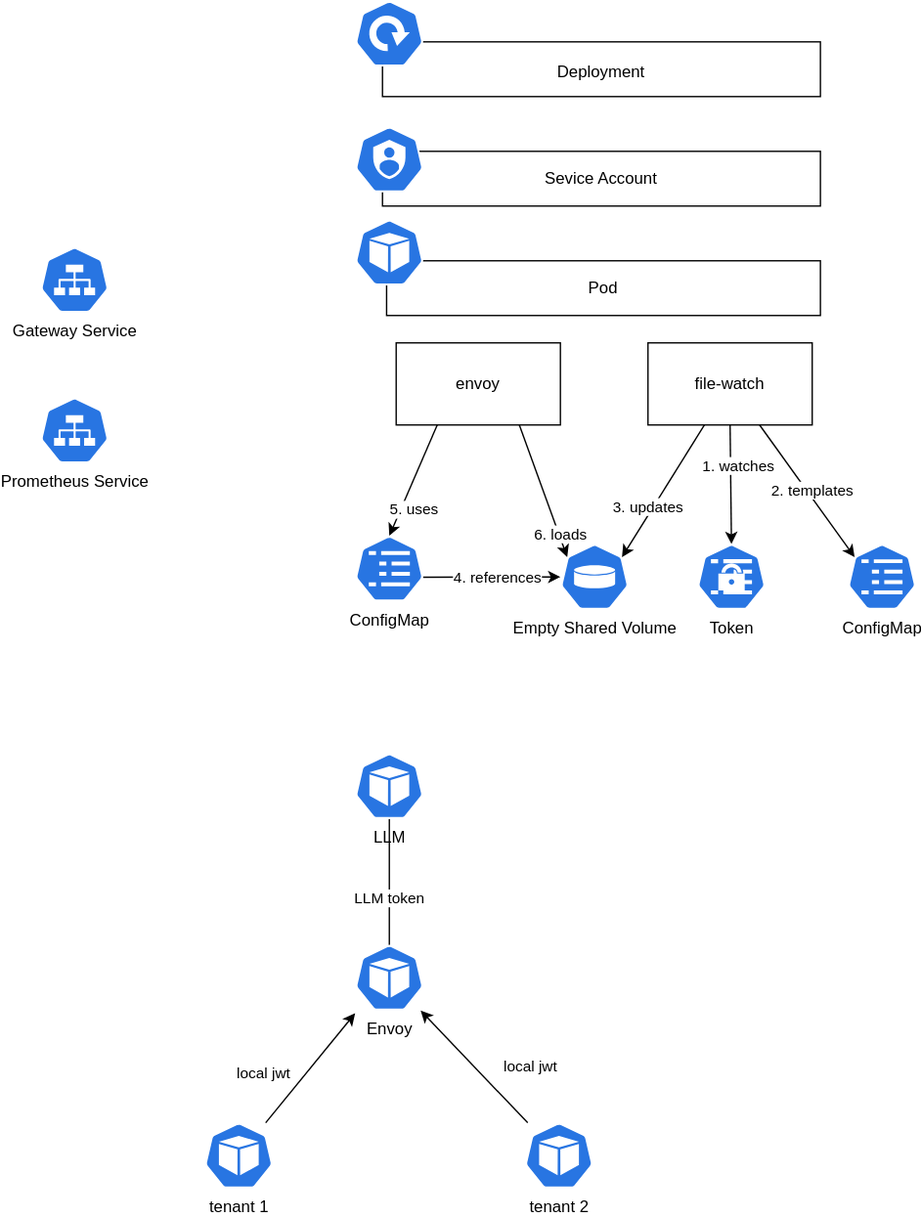
jrhoward/examples keeps this draw.io diagram as golang-http/envoy-pod-xds.drawio.svg. Above is the earlier version. Source tidied: cells renumbered, new cells last; positions are measured from the earlier drawing's top-left corner, leaving out a move shared by most shapes.
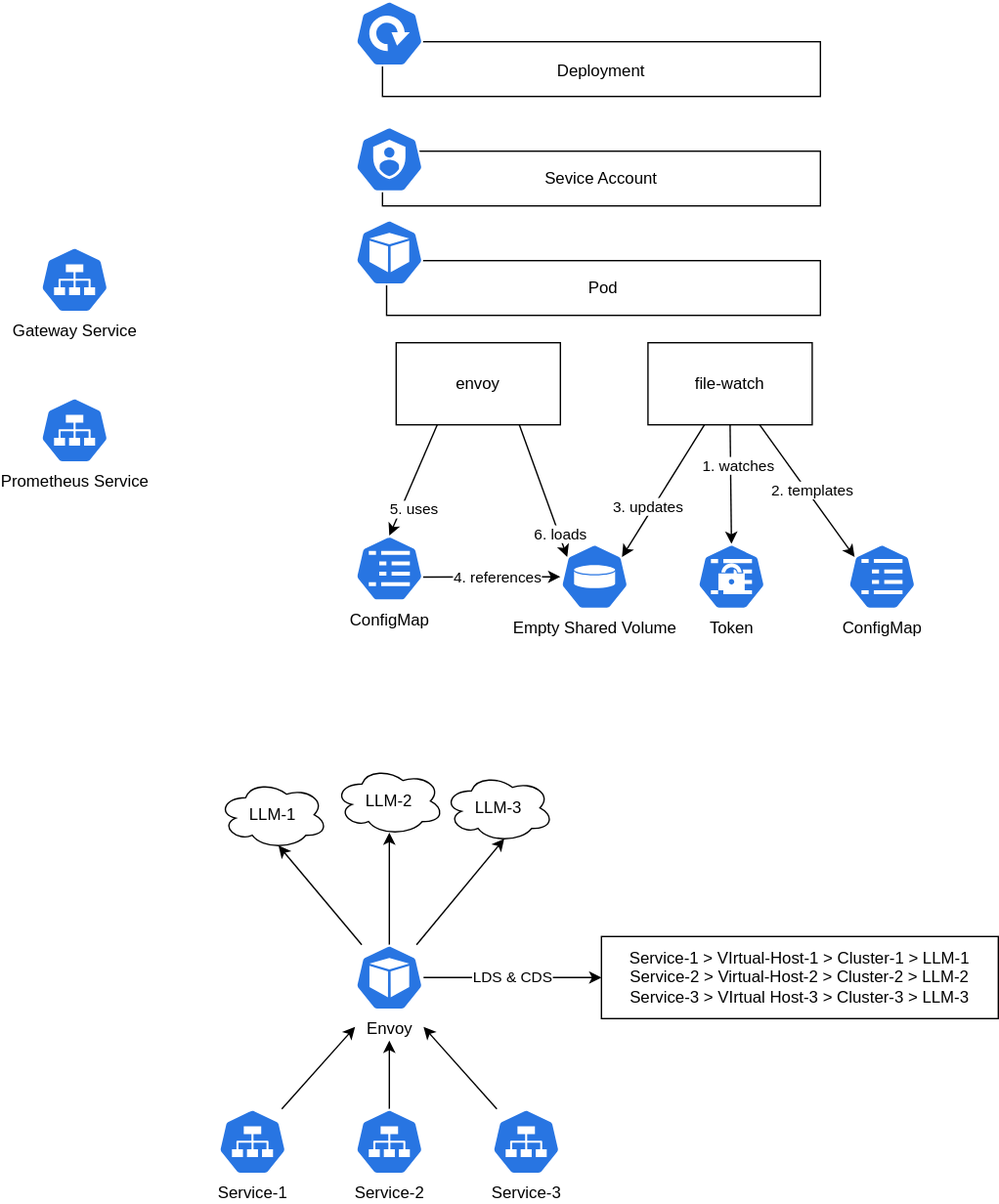
Above is the later version.

The edit, as a diff of the source:
```diff
@@ -75,41 +75,58 @@
     <mxCell id="24" value="Empty Shared Volume" style="sketch=0;html=1;dashed=0;whitespace=wrap;fillColor=#2875E2;strokeColor=#ffffff;points=[[0.005,0.63,0],[0.1,0.2,0],[0.9,0.2,0],[0.5,0,0],[0.995,0.63,0],[0.72,0.99,0],[0.5,1,0],[0.28,0.99,0]];verticalLabelPosition=bottom;align=center;verticalAlign=top;shape=mxgraph.kubernetes.icon;prIcon=vol;rounded=0;" parent="1" vertex="1">
       <mxGeometry x="380" y="397" width="50" height="48" as="geometry" />
     </mxCell>
-    <mxCell id="25" style="edgeStyle=none;html=1;endArrow=none;endFill=0;" parent="1" edge="1" source="27" target="28">
+    <mxCell id="25" style="edgeStyle=none;html=1;endArrow=classic;endFill=1;startArrow=none;startFill=0;entryX=0.55;entryY=0.95;entryDx=0;entryDy=0;entryPerimeter=0;" parent="1" edge="1" source="27" target="46">
       <mxGeometry relative="1" as="geometry" />
     </mxCell>
-    <mxCell id="26" value="LLM token" style="edgeLabel;html=1;align=center;verticalAlign=middle;" parent="25" vertex="1">
-      <mxGeometry x="-0.24" y="1" relative="1" as="geometry" />
-    </mxCell>
+    <mxCell id="35" style="edgeStyle=none;html=1;" parent="1" edge="1" source="27">
+      <mxGeometry relative="1" as="geometry">
+        <mxPoint x="255" y="608" as="targetPoint" />
+      </mxGeometry>
+    </mxCell>
+    <mxCell id="36" style="edgeStyle=none;html=1;entryX=0.55;entryY=0.95;entryDx=0;entryDy=0;entryPerimeter=0;" parent="1" edge="1" source="27" target="47">
+      <mxGeometry relative="1" as="geometry" />
+    </mxCell>
+    <mxCell id="37" value="LDS &amp;amp; CDS" style="edgeStyle=none;html=1;entryX=0;entryY=0.5;entryDx=0;entryDy=0;startArrow=none;startFill=0;endArrow=classic;endFill=1;" parent="1" edge="1" source="27" target="44">
+      <mxGeometry relative="1" as="geometry" />
+    </mxCell>
     <mxCell id="27" value="Envoy" style="sketch=0;html=1;dashed=0;whitespace=wrap;fillColor=#2875E2;strokeColor=#ffffff;points=[[0.005,0.63,0],[0.1,0.2,0],[0.9,0.2,0],[0.5,0,0],[0.995,0.63,0],[0.72,0.99,0],[0.5,1,0],[0.28,0.99,0]];verticalLabelPosition=bottom;align=center;verticalAlign=top;shape=mxgraph.kubernetes.icon;prIcon=pod;" parent="1" vertex="1">
       <mxGeometry x="230" y="690" width="50" height="48" as="geometry" />
     </mxCell>
-    <mxCell id="28" value="LLM" style="sketch=0;html=1;dashed=0;whitespace=wrap;fillColor=#2875E2;strokeColor=#ffffff;points=[[0.005,0.63,0],[0.1,0.2,0],[0.9,0.2,0],[0.5,0,0],[0.995,0.63,0],[0.72,0.99,0],[0.5,1,0],[0.28,0.99,0]];verticalLabelPosition=bottom;align=center;verticalAlign=top;shape=mxgraph.kubernetes.icon;prIcon=pod;" parent="1" vertex="1">
-      <mxGeometry x="230" y="550" width="50" height="48" as="geometry" />
-    </mxCell>
-    <mxCell id="29" style="edgeStyle=none;html=1;" parent="1" edge="1" source="31" target="27">
-      <mxGeometry relative="1" as="geometry" />
-    </mxCell>
-    <mxCell id="30" value="local jwt" style="edgeLabel;html=1;align=center;verticalAlign=middle;" parent="29" vertex="1">
-      <mxGeometry x="-0.26" y="-1" relative="1" as="geometry">
-        <mxPoint x="30" y="-10" as="offset" />
-      </mxGeometry>
-    </mxCell>
-    <mxCell id="31" value="tenant 2" style="sketch=0;html=1;dashed=0;whitespace=wrap;fillColor=#2875E2;strokeColor=#ffffff;points=[[0.005,0.63,0],[0.1,0.2,0],[0.9,0.2,0],[0.5,0,0],[0.995,0.63,0],[0.72,0.99,0],[0.5,1,0],[0.28,0.99,0]];verticalLabelPosition=bottom;align=center;verticalAlign=top;shape=mxgraph.kubernetes.icon;prIcon=pod;" parent="1" vertex="1">
-      <mxGeometry x="354" y="820" width="50" height="48" as="geometry" />
-    </mxCell>
-    <mxCell id="32" style="edgeStyle=none;html=1;" parent="1" edge="1" source="34">
-      <mxGeometry relative="1" as="geometry">
-        <mxPoint x="230" y="740" as="targetPoint" />
-      </mxGeometry>
-    </mxCell>
-    <mxCell id="33" value="local jwt" style="edgeLabel;html=1;align=center;verticalAlign=middle;" parent="32" vertex="1">
-      <mxGeometry x="-0.1" relative="1" as="geometry">
-        <mxPoint x="-32" as="offset" />
-      </mxGeometry>
-    </mxCell>
-    <mxCell id="34" value="tenant 1" style="sketch=0;html=1;dashed=0;whitespace=wrap;fillColor=#2875E2;strokeColor=#ffffff;points=[[0.005,0.63,0],[0.1,0.2,0],[0.9,0.2,0],[0.5,0,0],[0.995,0.63,0],[0.72,0.99,0],[0.5,1,0],[0.28,0.99,0]];verticalLabelPosition=bottom;align=center;verticalAlign=top;shape=mxgraph.kubernetes.icon;prIcon=pod;" parent="1" vertex="1">
-      <mxGeometry x="120" y="820" width="50" height="48" as="geometry" />
-    </mxCell>
+    <mxCell id="38" style="edgeStyle=none;html=1;" parent="1" edge="1" source="39">
+      <mxGeometry relative="1" as="geometry">
+        <mxPoint x="230" y="750" as="targetPoint" />
+      </mxGeometry>
+    </mxCell>
+    <mxCell id="39" value="Service-1" style="sketch=0;html=1;dashed=0;whitespace=wrap;fillColor=#2875E2;strokeColor=#ffffff;points=[[0.005,0.63,0],[0.1,0.2,0],[0.9,0.2,0],[0.5,0,0],[0.995,0.63,0],[0.72,0.99,0],[0.5,1,0],[0.28,0.99,0]];verticalLabelPosition=bottom;align=center;verticalAlign=top;shape=mxgraph.kubernetes.icon;prIcon=svc;" parent="1" vertex="1">
+      <mxGeometry x="130" y="810" width="50" height="48" as="geometry" />
+    </mxCell>
+    <mxCell id="40" style="edgeStyle=none;html=1;" parent="1" edge="1" source="41">
+      <mxGeometry relative="1" as="geometry">
+        <mxPoint x="255" y="760" as="targetPoint" />
+      </mxGeometry>
+    </mxCell>
+    <mxCell id="41" value="Service-2" style="sketch=0;html=1;dashed=0;whitespace=wrap;fillColor=#2875E2;strokeColor=#ffffff;points=[[0.005,0.63,0],[0.1,0.2,0],[0.9,0.2,0],[0.5,0,0],[0.995,0.63,0],[0.72,0.99,0],[0.5,1,0],[0.28,0.99,0]];verticalLabelPosition=bottom;align=center;verticalAlign=top;shape=mxgraph.kubernetes.icon;prIcon=svc;" parent="1" vertex="1">
+      <mxGeometry x="230" y="810" width="50" height="48" as="geometry" />
+    </mxCell>
+    <mxCell id="42" style="edgeStyle=none;html=1;" parent="1" edge="1" source="43">
+      <mxGeometry relative="1" as="geometry">
+        <mxPoint x="280" y="750" as="targetPoint" />
+      </mxGeometry>
+    </mxCell>
+    <mxCell id="43" value="Service-3" style="sketch=0;html=1;dashed=0;whitespace=wrap;fillColor=#2875E2;strokeColor=#ffffff;points=[[0.005,0.63,0],[0.1,0.2,0],[0.9,0.2,0],[0.5,0,0],[0.995,0.63,0],[0.72,0.99,0],[0.5,1,0],[0.28,0.99,0]];verticalLabelPosition=bottom;align=center;verticalAlign=top;shape=mxgraph.kubernetes.icon;prIcon=svc;" parent="1" vertex="1">
+      <mxGeometry x="330" y="810" width="50" height="48" as="geometry" />
+    </mxCell>
+    <mxCell id="44" value="Service-1 &amp;gt; VIrtual-Host-1 &amp;gt; Cluster-1 &amp;gt; LLM-1&lt;br&gt;Service-2 &amp;gt; Virtual-Host-2 &amp;gt; Cluster-2 &amp;gt; LLM-2&lt;br&gt;Service-3 &amp;gt; VIrtual Host-3 &amp;gt; Cluster-3 &amp;gt; LLM-3" style="rounded=0;whiteSpace=wrap;html=1;" parent="1" vertex="1">
+      <mxGeometry x="410" y="684" width="290" height="60" as="geometry" />
+    </mxCell>
+    <mxCell id="45" value="LLM-2" style="ellipse;shape=cloud;whiteSpace=wrap;html=1;" parent="1" vertex="1">
+      <mxGeometry x="215" y="560" width="80" height="50" as="geometry" />
+    </mxCell>
+    <mxCell id="46" value="LLM-1" style="ellipse;shape=cloud;whiteSpace=wrap;html=1;" parent="1" vertex="1">
+      <mxGeometry x="130" y="570" width="80" height="50" as="geometry" />
+    </mxCell>
+    <mxCell id="47" value="LLM-3" style="ellipse;shape=cloud;whiteSpace=wrap;html=1;" parent="1" vertex="1">
+      <mxGeometry x="295" y="565" width="80" height="50" as="geometry" />
+    </mxCell>
   </root>
 </mxGraphModel>
```
